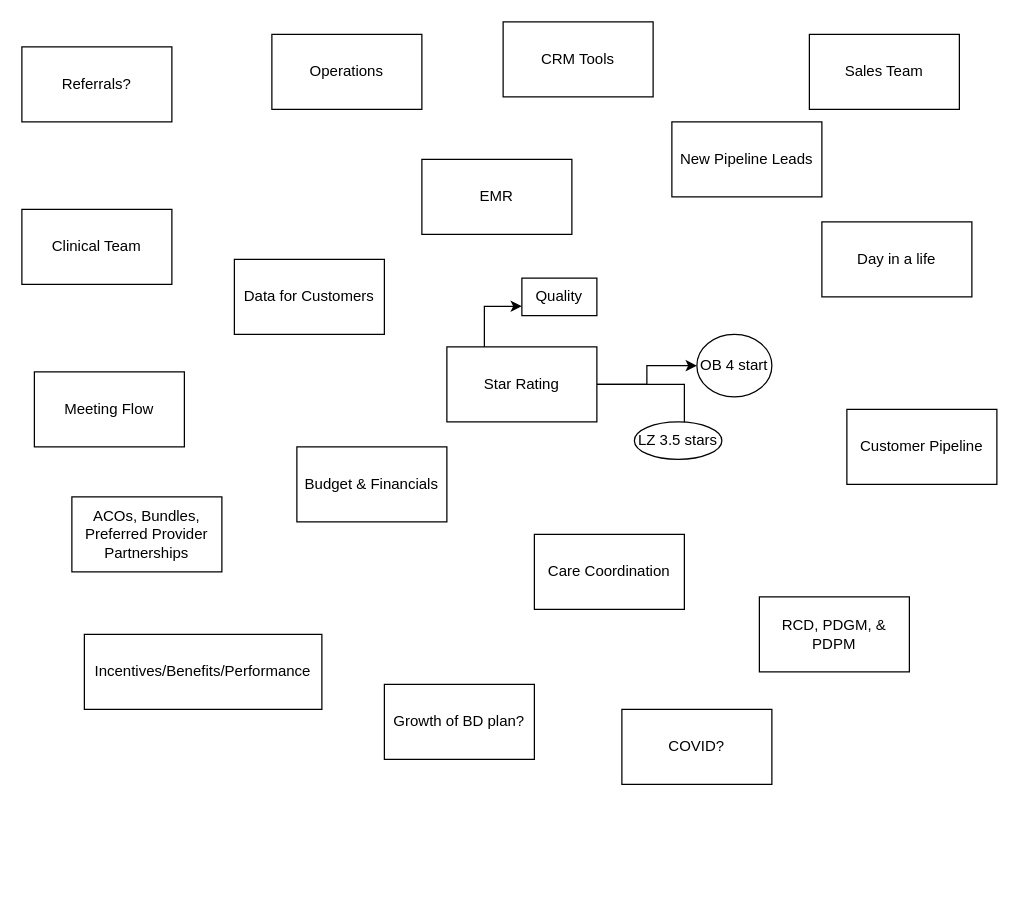
Earlier version of the draw.io diagram Untitled Diagram.drawio (thinkabroad/hello-world). Source tidied: cells renumbered, new cells numbered last; positions are measured from the earlier drawing's top-left corner, leaving out a move shared by most shapes. Both pictures are drawn from the tidied source at 125%, with x=0, y=0 at pixel (21, 21).
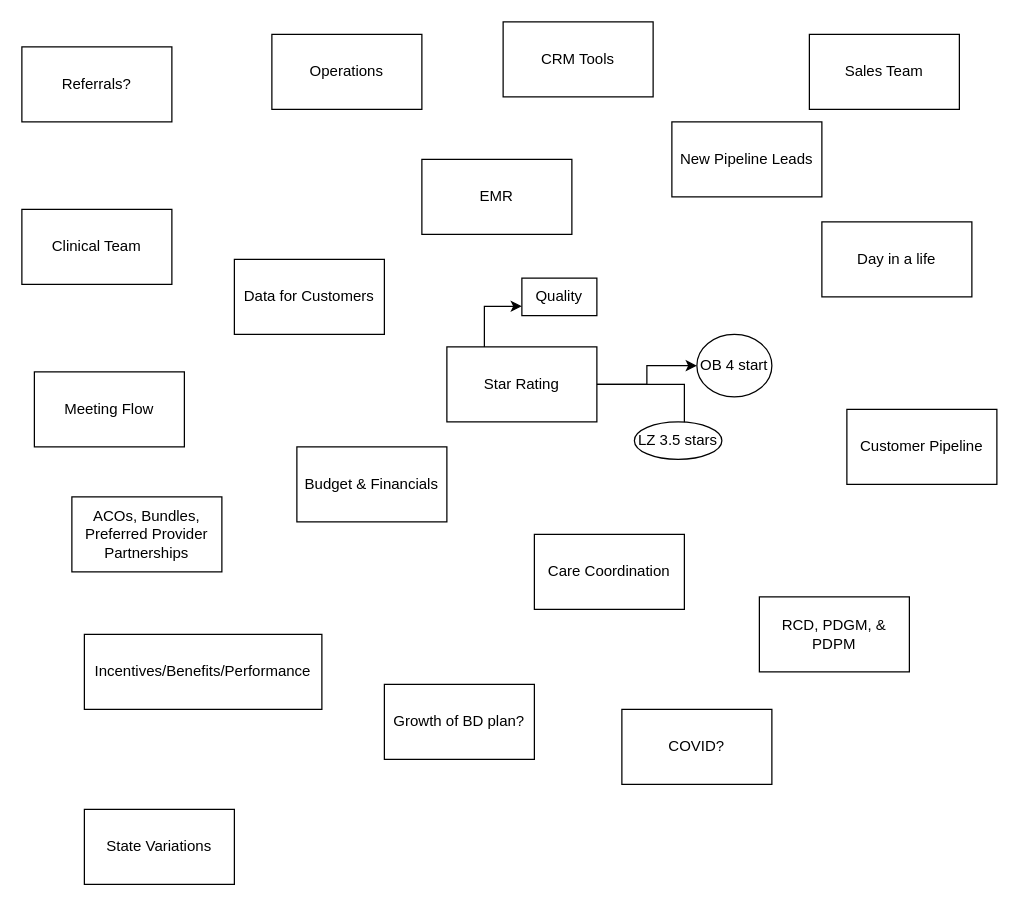
Above is the later version.

The edit, as a diff of the source:
```diff
@@
+    <mxCell id="28" value="State Variations" style="rounded=0;whiteSpace=wrap;html=1;" parent="1" vertex="1">
+      <mxGeometry x="50" y="630" width="120" height="60" as="geometry" />
+    </mxCell>
```
